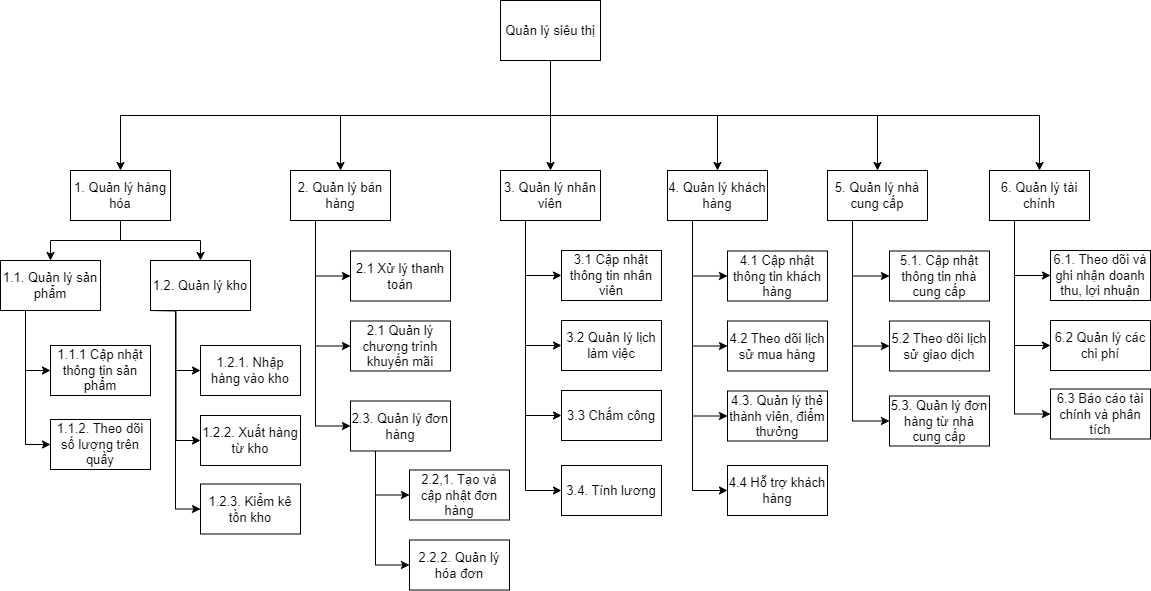
Earlier version of the draw.io export Sơ đồ phân rã chức năng.drawio.png (DatLe328/Phan-tich-thiet-ke-he-thong). Source tidied: cells renumbered, new cells last; positions are measured from the earlier drawing's top-left corner, leaving out a move shared by most shapes.
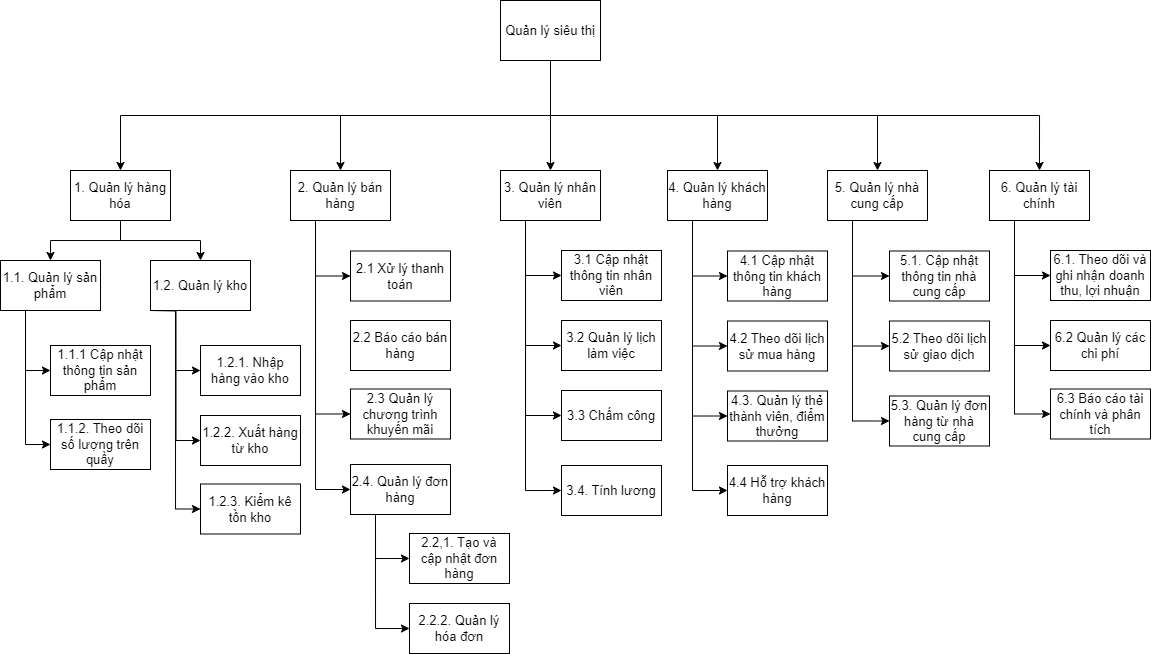
After the change.

Commit message:
Cập nhật Sơ đồ phân rã chức năng.drawio.png

What changed in the source:
```diff
@@ -44,8 +44,8 @@
     <mxCell id="15" value="2. Quản lý bán hàng" style="html=1;dashed=0;whiteSpace=wrap;fontSize=13;" parent="1" vertex="1">
       <mxGeometry x="290" y="170" width="100" height="50" as="geometry" />
     </mxCell>
-    <mxCell id="16" value="2.1 Quản lý chương trình khuyến mãi" style="html=1;dashed=0;whiteSpace=wrap;fontSize=13;" parent="1" vertex="1">
-      <mxGeometry x="350" y="320.5" width="100" height="50" as="geometry" />
+    <mxCell id="16" value="2.3 Quản lý chương trình khuyến mãi" style="html=1;dashed=0;whiteSpace=wrap;fontSize=13;" parent="1" vertex="1">
+      <mxGeometry x="350" y="388.5" width="100" height="50" as="geometry" />
     </mxCell>
     <mxCell id="17" style="edgeStyle=orthogonalEdgeStyle;rounded=0;jettySize=auto;html=1;exitX=0.25;exitY=1;exitDx=0;exitDy=0;entryX=0;entryY=0.5;entryDx=0;entryDy=0;fontSize=13;" parent="1" edge="1" source="21" target="22">
       <mxGeometry relative="1" as="geometry" />
@@ -86,8 +86,8 @@
     <mxCell id="29" value="5. Quản lý nhà cung cấp" style="html=1;dashed=0;whiteSpace=wrap;fontSize=13;" parent="1" vertex="1">
       <mxGeometry x="827" y="170" width="100" height="50" as="geometry" />
     </mxCell>
-    <mxCell id="30" value="2.3. Quản lý đơn hàng" style="html=1;dashed=0;whiteSpace=wrap;fontSize=13;" parent="1" vertex="1">
-      <mxGeometry x="350" y="400.5" width="100" height="50" as="geometry" />
+    <mxCell id="30" value="2.4. Quản lý đơn hàng" style="html=1;dashed=0;whiteSpace=wrap;fontSize=13;" parent="1" vertex="1">
+      <mxGeometry x="350" y="464" width="100" height="50" as="geometry" />
     </mxCell>
     <mxCell id="31" style="edgeStyle=orthogonalEdgeStyle;rounded=0;jettySize=auto;html=1;exitX=0.25;exitY=1;exitDx=0;exitDy=0;entryX=0;entryY=0.5;entryDx=0;entryDy=0;fontSize=13;" parent="1" edge="1" source="35" target="36">
       <mxGeometry relative="1" as="geometry" />
@@ -170,10 +170,10 @@
       <mxGeometry relative="1" as="geometry" />
     </mxCell>
     <mxCell id="57" value="2.2,1. Tạo và cập nhật đơn hàng" style="html=1;dashed=0;whiteSpace=wrap;fontSize=13;" parent="1" vertex="1">
-      <mxGeometry x="409" y="469.5" width="100" height="50" as="geometry" />
+      <mxGeometry x="409" y="533" width="100" height="50" as="geometry" />
     </mxCell>
     <mxCell id="58" value="2.2.2. Quản lý hóa đơn" style="html=1;dashed=0;whiteSpace=wrap;fontSize=13;" parent="1" vertex="1">
-      <mxGeometry x="409" y="539.5" width="100" height="50" as="geometry" />
+      <mxGeometry x="409" y="603" width="100" height="50" as="geometry" />
     </mxCell>
     <mxCell id="59" value="3.3 Chấm công" style="html=1;dashed=0;whiteSpace=wrap;fontSize=13;" parent="1" vertex="1">
       <mxGeometry x="561" y="390" width="100" height="50" as="geometry" />
@@ -199,5 +199,8 @@
     <mxCell id="66" value="4.4 Hỗ trợ khách hàng" style="html=1;dashed=0;whiteSpace=wrap;fontSize=13;" parent="1" vertex="1">
       <mxGeometry x="727" y="465" width="100" height="50" as="geometry" />
     </mxCell>
+    <mxCell id="67" value="2.2 Báo cáo bán hàng" style="html=1;dashed=0;whiteSpace=wrap;fontSize=13;" parent="1" vertex="1">
+      <mxGeometry x="350" y="320" width="100" height="50" as="geometry" />
+    </mxCell>
   </root>
 </mxGraphModel>
```
